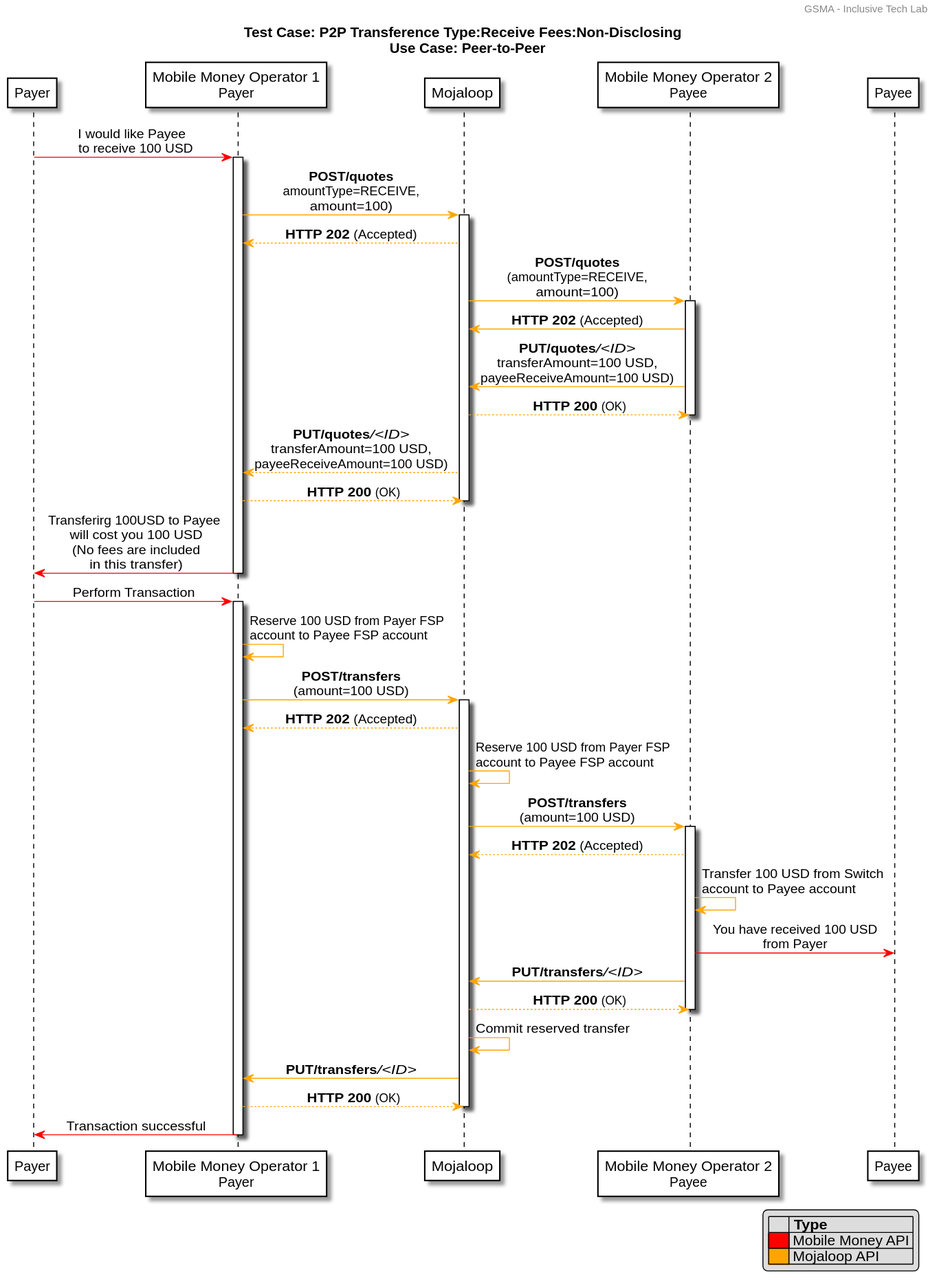
Before: static/img/ucp2p.svg, a diagram exported from PlantUML (gsmainclusivetechlab/interop-docs).
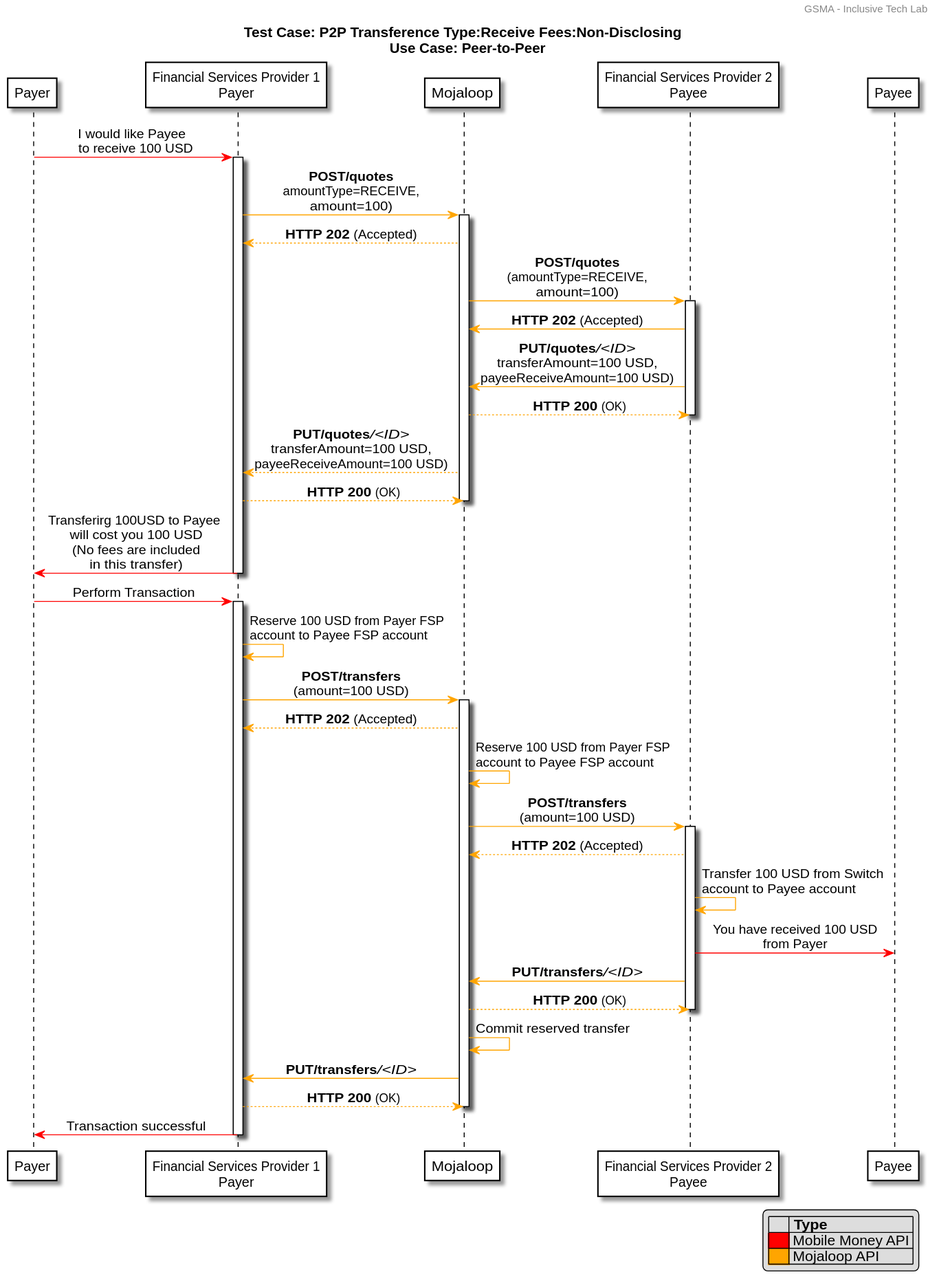
Above is the later version.

The edit, as a diff of the source:
```diff
@@ -19,9 +19,9 @@
 
 
 participant Payer order 1
-participant "Mobile Money Operator 1\nPayer" as payerfsp order 2
+participant "Financial Services Provider 1\nPayer" as payerfsp order 2
 participant "Mojaloop" as Switch order 3
-participant "Mobile Money Operator 2\nPayee" as payeefsp order 5
+participant "Financial Services Provider 2\nPayee" as payeefsp order 5
 Participant Payee order 6
 
 
```
